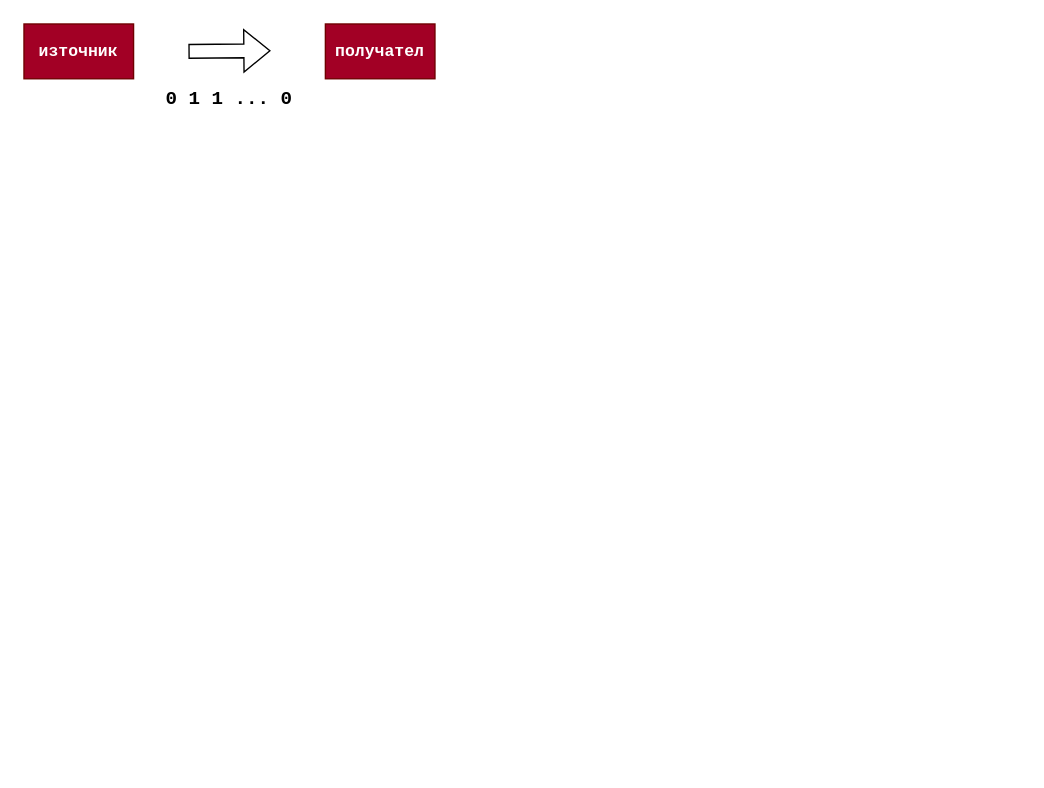
This is doc/rs.drawio from boki1/fmi-eimac, a draw.io file, before an edit. Source tidied: cells renumbered, new cells numbered last; positions are measured from the earlier drawing's top-left corner, leaving out a move shared by most shapes. Both pictures are drawn from the tidied source at 137%, with x=0, y=0 at pixel (23, 23).
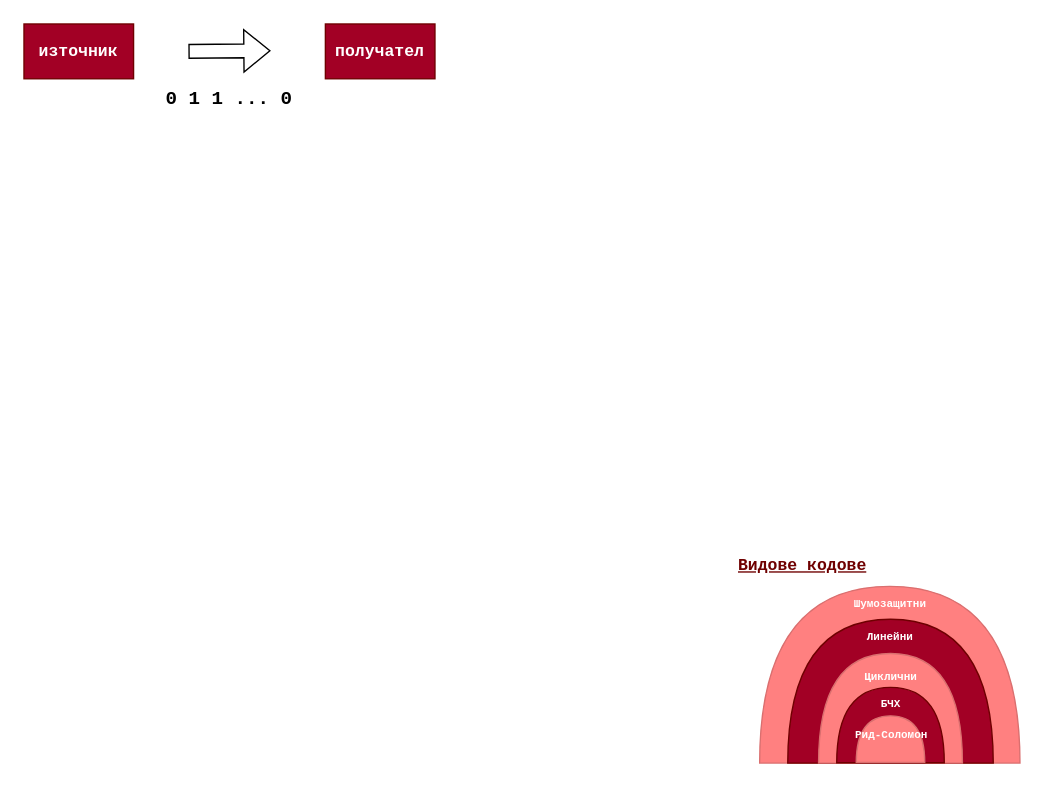
The same diagram, later.

Change to the diagram source:
```diff
@@
 <mxGraphModel>
   <root>
     <mxCell id="0" />
     <mxCell id="1" parent="0" />
     <mxCell id="2" value="&lt;b&gt;&lt;font face=&quot;Courier New&quot;&gt;източник&lt;/font&gt;&lt;/b&gt;" style="rounded=0;whiteSpace=wrap;html=1;fillColor=#a20025;fontColor=#ffffff;strokeColor=#6F0000;" parent="1" vertex="1">
       <mxGeometry width="80" height="40" as="geometry" />
     </mxCell>
     <mxCell id="3" value="&lt;font face=&quot;Courier New&quot;&gt;&lt;b&gt;получател&lt;/b&gt;&lt;/font&gt;" style="rounded=0;whiteSpace=wrap;html=1;fillColor=#a20025;strokeColor=#6F0000;fontColor=#ffffff;" parent="1" vertex="1">
       <mxGeometry x="220" width="80" height="40" as="geometry" />
     </mxCell>
     <mxCell id="4" style="shape=flexArrow;endArrow=classic;html=1;rounded=0;" parent="1" edge="1">
       <mxGeometry relative="1" as="geometry">
         <mxPoint x="120" y="20" as="sourcePoint" />
         <mxPoint x="180" y="19.5" as="targetPoint" />
       </mxGeometry>
     </mxCell>
     <mxCell id="5" value="&lt;font face=&quot;Courier New&quot; style=&quot;font-size: 14px;&quot;&gt;&lt;b&gt;0 1 1 ... 0&lt;/b&gt;&lt;/font&gt;" style="text;html=1;whiteSpace=wrap;strokeColor=none;fillColor=none;align=center;verticalAlign=middle;rounded=0;" parent="1" vertex="1">
       <mxGeometry x="100" y="40" width="100" height="30" as="geometry" />
     </mxCell>
+    <mxCell id="6" style="group;" parent="1" vertex="1">
+      <mxGeometry x="520" y="380" width="207" height="159.5" as="geometry" />
+    </mxCell>
+    <mxCell id="7" style="group;" parent="6" vertex="1">
+      <mxGeometry width="207" height="159.5" as="geometry" />
+    </mxCell>
+    <mxCell id="8" style="shape=or;whiteSpace=wrap;html=1;rotation=-90;fillColor=#FF8080;strokeColor=#DA6F6F;" parent="7" vertex="1">
+      <mxGeometry x="47.5" width="129" height="190" as="geometry" />
+    </mxCell>
+    <mxCell id="9" value="&lt;font style=&quot;font-size: 8px; color: rgb(255, 255, 255);&quot; face=&quot;Courier New&quot;&gt;&lt;b style=&quot;&quot;&gt;Шумозащитни&lt;/b&gt;&lt;/font&gt;" style="text;html=1;whiteSpace=wrap;strokeColor=none;fillColor=none;align=center;verticalAlign=middle;rounded=0;" parent="8" vertex="1">
+      <mxGeometry x="8.5" y="32" width="113" height="20" as="geometry" />
+    </mxCell>
+    <mxCell id="10" style="shape=or;whiteSpace=wrap;html=1;rotation=-90;fillColor=#A20025;strokeColor=#6F0000;" parent="7" vertex="1">
+      <mxGeometry x="60" y="32" width="105" height="150" as="geometry" />
+    </mxCell>
+    <mxCell id="11" value="&lt;font face=&quot;Courier New&quot; color=&quot;#ffffff&quot;&gt;&lt;span style=&quot;font-size: 8px;&quot;&gt;&lt;b&gt;Линейни&lt;/b&gt;&lt;/span&gt;&lt;/font&gt;" style="text;html=1;whiteSpace=wrap;strokeColor=none;fillColor=none;align=center;verticalAlign=middle;rounded=0;" parent="7" vertex="1">
+      <mxGeometry x="56" y="50.5" width="113" height="30" as="geometry" />
+    </mxCell>
+    <mxCell id="12" value="&lt;font style=&quot;color: rgb(111, 0, 0);&quot; face=&quot;Courier New&quot;&gt;&lt;b&gt;&lt;u&gt;Видове кодове&lt;/u&gt;&lt;/b&gt;&lt;/font&gt;" style="text;html=1;whiteSpace=wrap;strokeColor=none;fillColor=none;align=center;verticalAlign=middle;rounded=0;" parent="7" vertex="1">
+      <mxGeometry width="97" height="30" as="geometry" />
+    </mxCell>
+    <mxCell id="13" style="shape=or;whiteSpace=wrap;html=1;rotation=-90;fillColor=#FF8080;strokeColor=#DA6F6F;" parent="7" vertex="1">
+      <mxGeometry x="72.5" y="67" width="80" height="105" as="geometry" />
+    </mxCell>
+    <mxCell id="14" value="&lt;font style=&quot;font-size: 8px; color: rgb(255, 255, 255);&quot; face=&quot;Courier New&quot;&gt;&lt;b style=&quot;&quot;&gt;Циклични&lt;/b&gt;&lt;/font&gt;" style="text;html=1;whiteSpace=wrap;strokeColor=none;fillColor=none;align=center;verticalAlign=middle;rounded=0;" parent="13" vertex="1">
+      <mxGeometry x="5" y="22.5" width="70.1" height="11.1" as="geometry" />
+    </mxCell>
+    <mxCell id="15" style="shape=or;whiteSpace=wrap;html=1;rotation=-90;fillColor=#A20025;strokeColor=#6F0000;" parent="13" vertex="1">
+      <mxGeometry x="12.5" y="25.5" width="55" height="78.5" as="geometry" />
+    </mxCell>
+    <mxCell id="16" value="&lt;font style=&quot;font-size: 8px; color: rgb(255, 255, 255);&quot; face=&quot;Courier New&quot;&gt;&lt;b style=&quot;&quot;&gt;БЧХ&lt;/b&gt;&lt;/font&gt;" style="text;html=1;whiteSpace=wrap;strokeColor=none;fillColor=none;align=center;verticalAlign=middle;rounded=0;" parent="13" vertex="1">
+      <mxGeometry x="5" y="42" width="70.1" height="11.1" as="geometry" />
+    </mxCell>
+    <mxCell id="17" style="shape=or;whiteSpace=wrap;html=1;rotation=-90;fillColor=#FF8080;strokeColor=#DA6F6F;" parent="13" vertex="1">
+      <mxGeometry x="23" y="50" width="34" height="50" as="geometry" />
+    </mxCell>
+    <mxCell id="18" value="&lt;font style=&quot;font-size: 8px; color: rgb(255, 255, 255);&quot; face=&quot;Courier New&quot;&gt;&lt;b style=&quot;&quot;&gt;Рид-Соломон&lt;/b&gt;&lt;/font&gt;" style="text;html=1;whiteSpace=wrap;strokeColor=none;fillColor=none;align=center;verticalAlign=middle;rounded=0;" parent="6" vertex="1">
+      <mxGeometry x="57" y="127.5" width="113" height="20" as="geometry" />
+    </mxCell>
   </root>
 </mxGraphModel>
```
